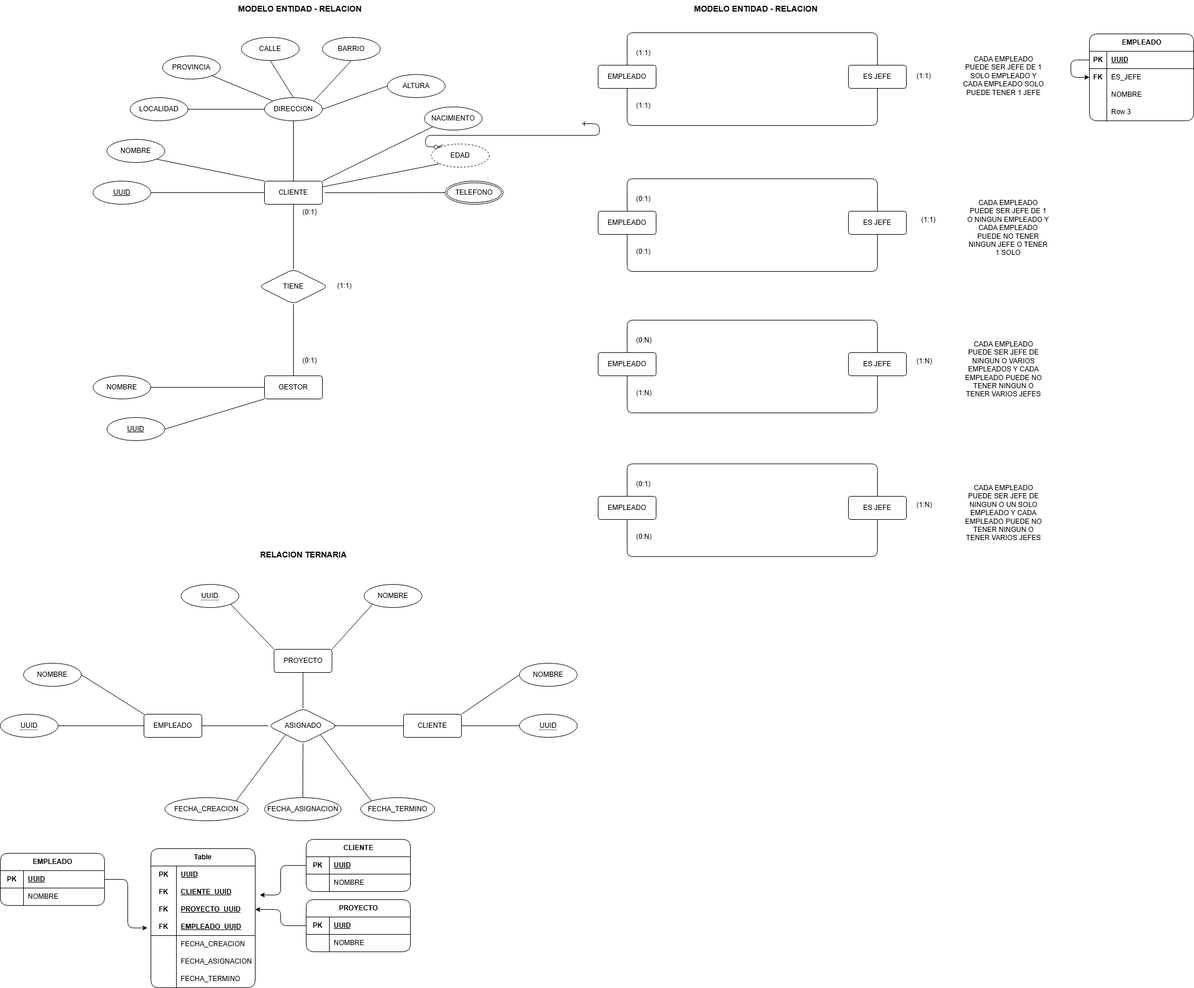
This is Ej-Python/Clases/MER/Clase 13-MER.drawio.png from sofiprodanov/Informatorio-Etapa2, a draw.io export, as it was before one commit. Source tidied: cells renumbered, new cells last; positions are measured from the earlier drawing's top-left corner, leaving out a move shared by most shapes.
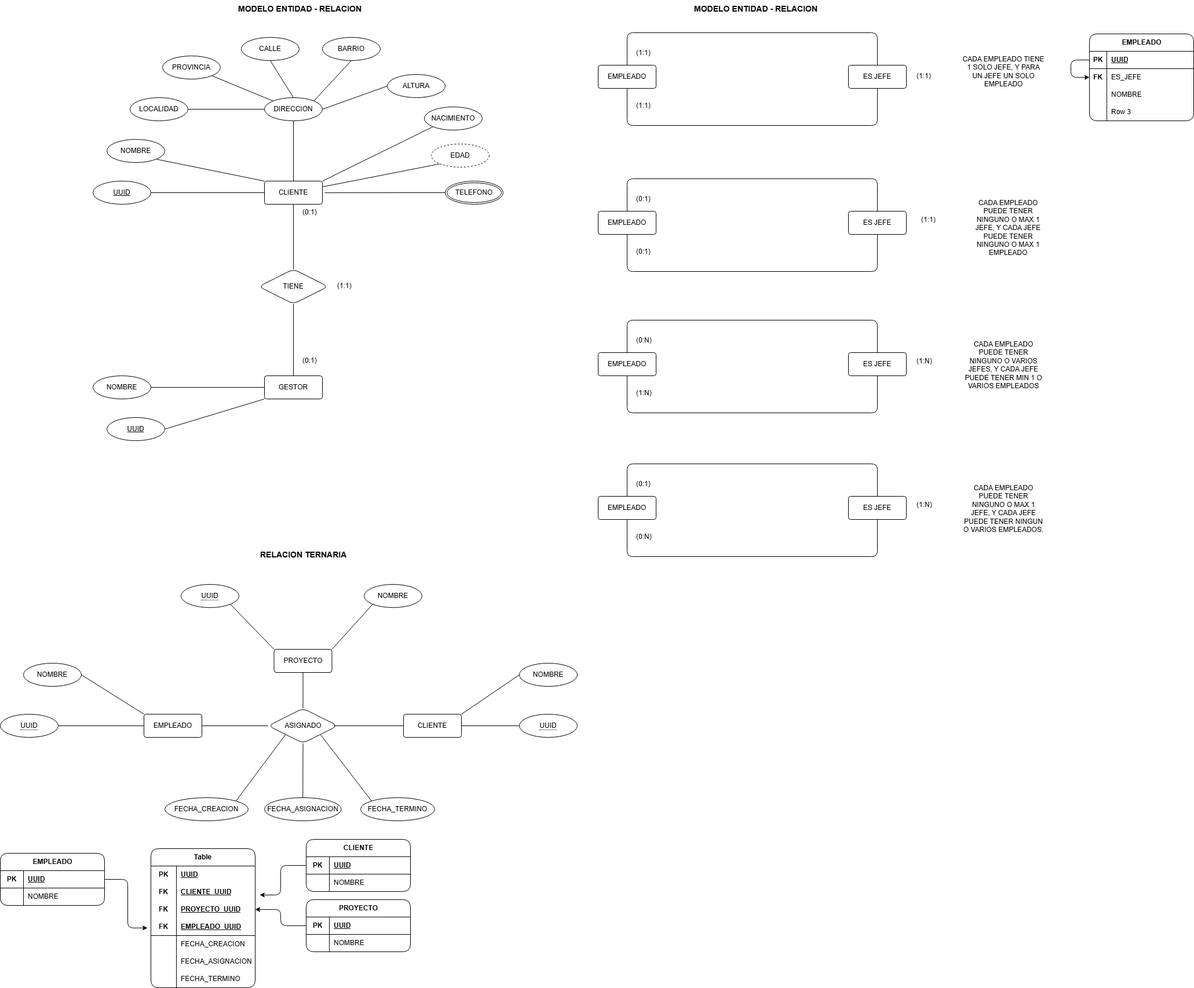
After the change.

Change to the diagram source:
```diff
@@ -125,8 +125,8 @@
     <mxCell id="39" value="&lt;font style=&quot;font-size: 14px;&quot;&gt;&lt;b&gt;MODELO ENTIDAD - RELACION&lt;/b&gt;&lt;/font&gt;" style="text;strokeColor=none;fillColor=none;spacingLeft=4;spacingRight=4;overflow=hidden;fontSize=12;whiteSpace=wrap;html=1;" parent="1" vertex="1">
       <mxGeometry x="1192" width="235" height="30" as="geometry" />
     </mxCell>
-    <mxCell id="40" value="CADA EMPLEADO PUEDE SER JEFE DE 1 SOLO EMPLEADO Y CADA EMPLEADO SOLO PUEDE TENER 1 JEFE" style="text;strokeColor=none;fillColor=none;spacingLeft=4;spacingRight=4;overflow=hidden;fontSize=12;whiteSpace=wrap;html=1;align=center;" parent="1" vertex="1">
-      <mxGeometry x="1656" y="88" width="152" height="96" as="geometry" />
+    <mxCell id="40" value="CADA EMPLEADO TIENE 1 SOLO JEFE, Y PARA UN JEFE UN SOLO EMPLEADO" style="text;strokeColor=none;fillColor=none;spacingLeft=4;spacingRight=4;overflow=hidden;fontSize=12;whiteSpace=wrap;html=1;align=center;" parent="1" vertex="1">
+      <mxGeometry x="1656" y="88" width="152" height="80" as="geometry" />
     </mxCell>
     <mxCell id="41" style="edgeStyle=orthogonalEdgeStyle;rounded=1;jettySize=auto;html=1;exitX=0.5;exitY=0;exitDx=0;exitDy=0;entryX=0.5;entryY=0;entryDx=0;entryDy=0;endArrow=none;startFill=0;" parent="1" edge="1" source="42" target="44">
       <mxGeometry relative="1" as="geometry">
@@ -243,20 +243,20 @@
     <mxCell id="65" value="(1:1)" style="text;strokeColor=none;fillColor=none;spacingLeft=4;spacingRight=4;overflow=hidden;fontSize=12;whiteSpace=wrap;html=1;" parent="1" vertex="1">
       <mxGeometry x="1576" y="117" width="40" height="30" as="geometry" />
     </mxCell>
-    <mxCell id="66" value="CADA EMPLEADO PUEDE SER JEFE DE 1 O NINGUN EMPLEADO Y CADA EMPLEADO PUEDE NO TENER NINGUN JEFE O TENER 1 SOLO" style="text;strokeColor=none;fillColor=none;spacingLeft=4;spacingRight=4;overflow=hidden;fontSize=12;whiteSpace=wrap;html=1;align=center;" parent="1" vertex="1">
-      <mxGeometry x="1664" y="336" width="152" height="128" as="geometry" />
+    <mxCell id="66" value="CADA EMPLEADO PUEDE TENER NINGUNO O MAX 1 JEFE, Y CADA JEFE PUEDE TENER NINGUNO O MAX 1 EMPLEADO" style="text;strokeColor=none;fillColor=none;spacingLeft=4;spacingRight=4;overflow=hidden;fontSize=12;whiteSpace=wrap;html=1;align=center;" parent="1" vertex="1">
+      <mxGeometry x="1664" y="336" width="152" height="112" as="geometry" />
     </mxCell>
     <mxCell id="67" value="(1:1)" style="text;strokeColor=none;fillColor=none;spacingLeft=4;spacingRight=4;overflow=hidden;fontSize=12;whiteSpace=wrap;html=1;" parent="1" vertex="1">
       <mxGeometry x="1584" y="365" width="40" height="30" as="geometry" />
     </mxCell>
-    <mxCell id="68" value="CADA EMPLEADO PUEDE SER JEFE DE NINGUN O VARIOS EMPLEADOS Y CADA EMPLEADO PUEDE NO TENER NINGUN O TENER VARIOS JEFES" style="text;strokeColor=none;fillColor=none;spacingLeft=4;spacingRight=4;overflow=hidden;fontSize=12;whiteSpace=wrap;html=1;align=center;" parent="1" vertex="1">
-      <mxGeometry x="1656" y="580" width="152" height="124" as="geometry" />
+    <mxCell id="68" value="&lt;div&gt;CADA EMPLEADO PUEDE TENER NINGUNO O VARIOS JEFES, Y CADA JEFE PUEDE TENER MIN 1 O VARIOS EMPLEADOS&lt;/div&gt;&lt;div&gt;&lt;br&gt;&lt;/div&gt;" style="text;strokeColor=none;fillColor=none;spacingLeft=4;spacingRight=4;overflow=hidden;fontSize=12;whiteSpace=wrap;html=1;align=center;" parent="1" vertex="1">
+      <mxGeometry x="1656" y="580" width="152" height="108" as="geometry" />
     </mxCell>
     <mxCell id="69" value="(1:N)" style="text;strokeColor=none;fillColor=none;spacingLeft=4;spacingRight=4;overflow=hidden;fontSize=12;whiteSpace=wrap;html=1;" parent="1" vertex="1">
       <mxGeometry x="1576" y="609" width="40" height="30" as="geometry" />
     </mxCell>
-    <mxCell id="70" value="CADA EMPLEADO PUEDE SER JEFE DE NINGUN O UN SOLO EMPLEADO Y CADA EMPLEADO PUEDE NO TENER NINGUN O TENER VARIOS JEFES" style="text;strokeColor=none;fillColor=none;spacingLeft=4;spacingRight=4;overflow=hidden;fontSize=12;whiteSpace=wrap;html=1;align=center;" parent="1" vertex="1">
-      <mxGeometry x="1656" y="828" width="152" height="124" as="geometry" />
+    <mxCell id="70" value="&lt;div&gt;CADA EMPLEADO PUEDE TENER NINGUNO O MAX 1 JEFE, Y CADA JEFE PUEDE TENER NINGUN O VARIOS EMPLEADOS.&lt;/div&gt;&lt;div&gt;&lt;br&gt;&lt;/div&gt;&lt;div&gt;&lt;br&gt;&lt;/div&gt;" style="text;strokeColor=none;fillColor=none;spacingLeft=4;spacingRight=4;overflow=hidden;fontSize=12;whiteSpace=wrap;html=1;align=center;" parent="1" vertex="1">
+      <mxGeometry x="1656" y="828" width="152" height="100" as="geometry" />
     </mxCell>
     <mxCell id="71" value="(1:N)" style="text;strokeColor=none;fillColor=none;spacingLeft=4;spacingRight=4;overflow=hidden;fontSize=12;whiteSpace=wrap;html=1;" parent="1" vertex="1">
       <mxGeometry x="1576" y="857" width="40" height="30" as="geometry" />
```
